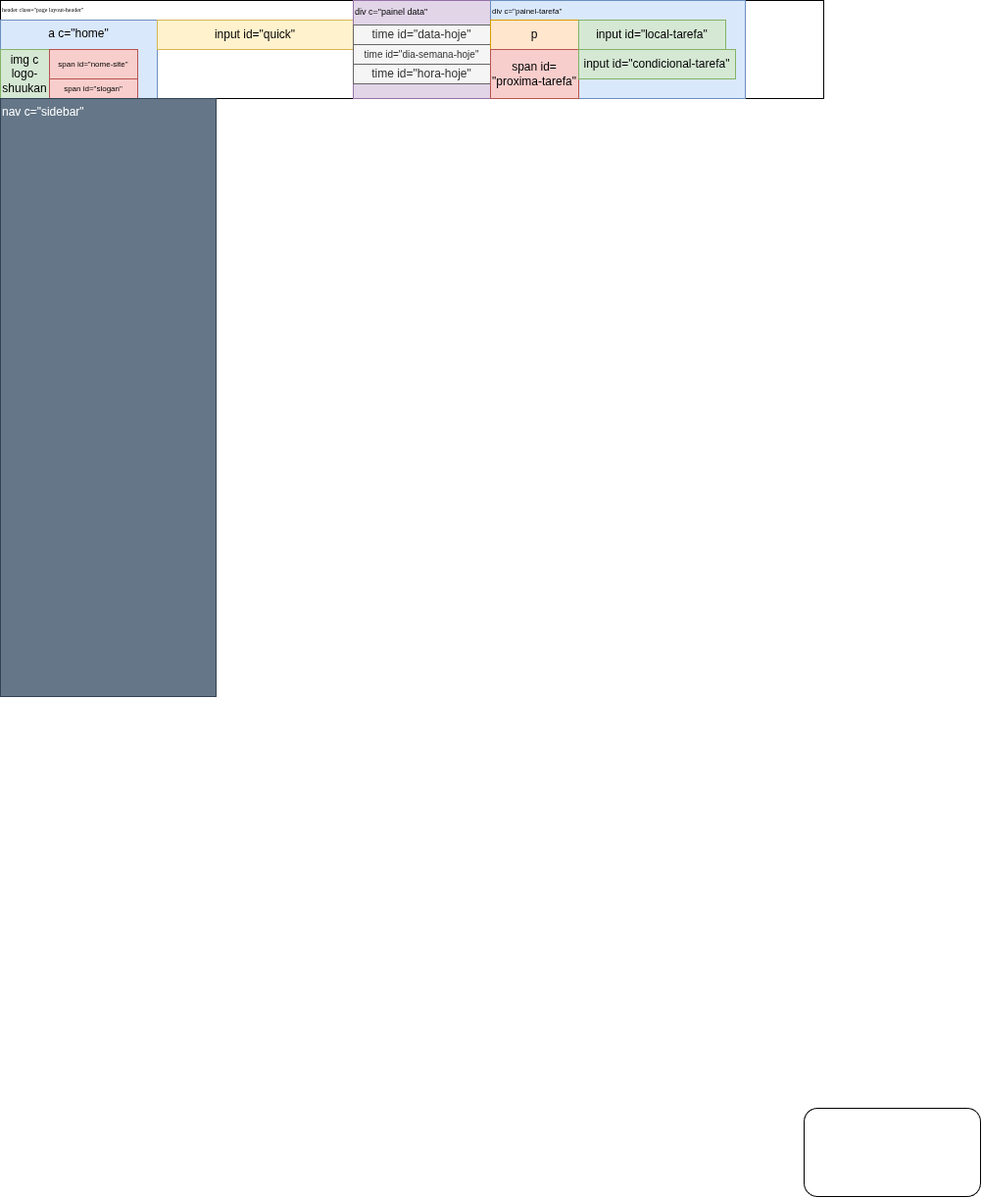
Above: sketch.drawio.png in shoitixp/shuukan (draw.io), before the change. Source tidied: cells renumbered, new cells last; positions are measured from the earlier drawing's top-left corner, leaving out a move shared by most shapes.
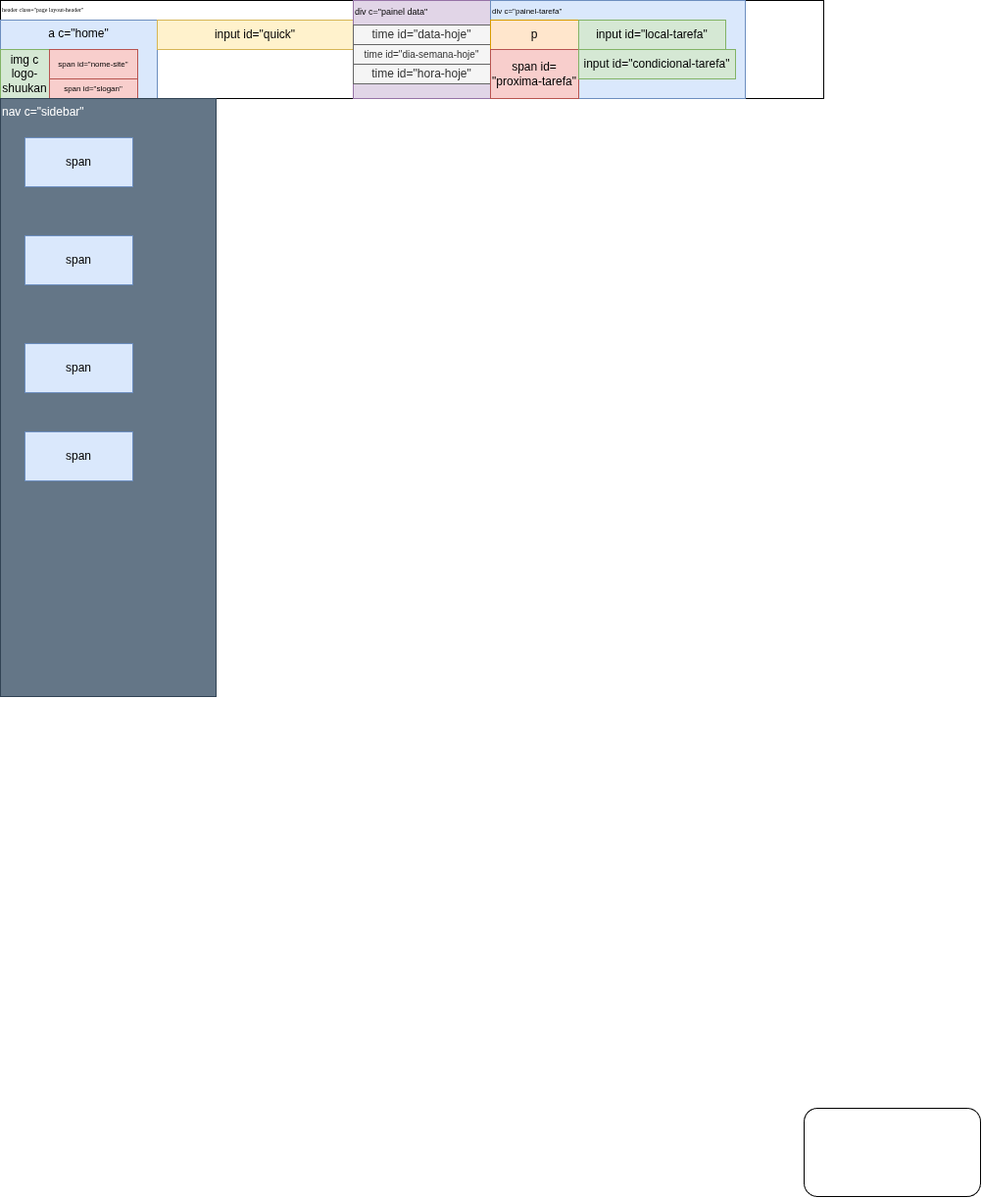
Above is the later version.

Change to the diagram source:
```diff
@@ -53,5 +53,17 @@
     <mxCell id="18" value="nav c=&quot;sidebar&quot;" style="text;html=1;whiteSpace=wrap;strokeColor=#314354;fillColor=#647687;align=left;verticalAlign=top;rounded=0;fontColor=#ffffff;" parent="1" vertex="1">
       <mxGeometry y="100" width="220" height="610" as="geometry" />
     </mxCell>
+    <mxCell id="19" value="span" style="text;html=1;whiteSpace=wrap;strokeColor=#6c8ebf;fillColor=#dae8fc;align=center;verticalAlign=middle;rounded=0;" parent="1" vertex="1">
+      <mxGeometry x="25" y="140" width="110" height="50" as="geometry" />
+    </mxCell>
+    <mxCell id="20" value="span" style="text;html=1;whiteSpace=wrap;strokeColor=#6c8ebf;fillColor=#dae8fc;align=center;verticalAlign=middle;rounded=0;" parent="1" vertex="1">
+      <mxGeometry x="25" y="240" width="110" height="50" as="geometry" />
+    </mxCell>
+    <mxCell id="21" value="span" style="text;html=1;whiteSpace=wrap;strokeColor=#6c8ebf;fillColor=#dae8fc;align=center;verticalAlign=middle;rounded=0;" parent="1" vertex="1">
+      <mxGeometry x="25" y="350" width="110" height="50" as="geometry" />
+    </mxCell>
+    <mxCell id="22" value="span" style="text;html=1;whiteSpace=wrap;strokeColor=#6c8ebf;fillColor=#dae8fc;align=center;verticalAlign=middle;rounded=0;" parent="1" vertex="1">
+      <mxGeometry x="25" y="440" width="110" height="50" as="geometry" />
+    </mxCell>
   </root>
 </mxGraphModel>
```
